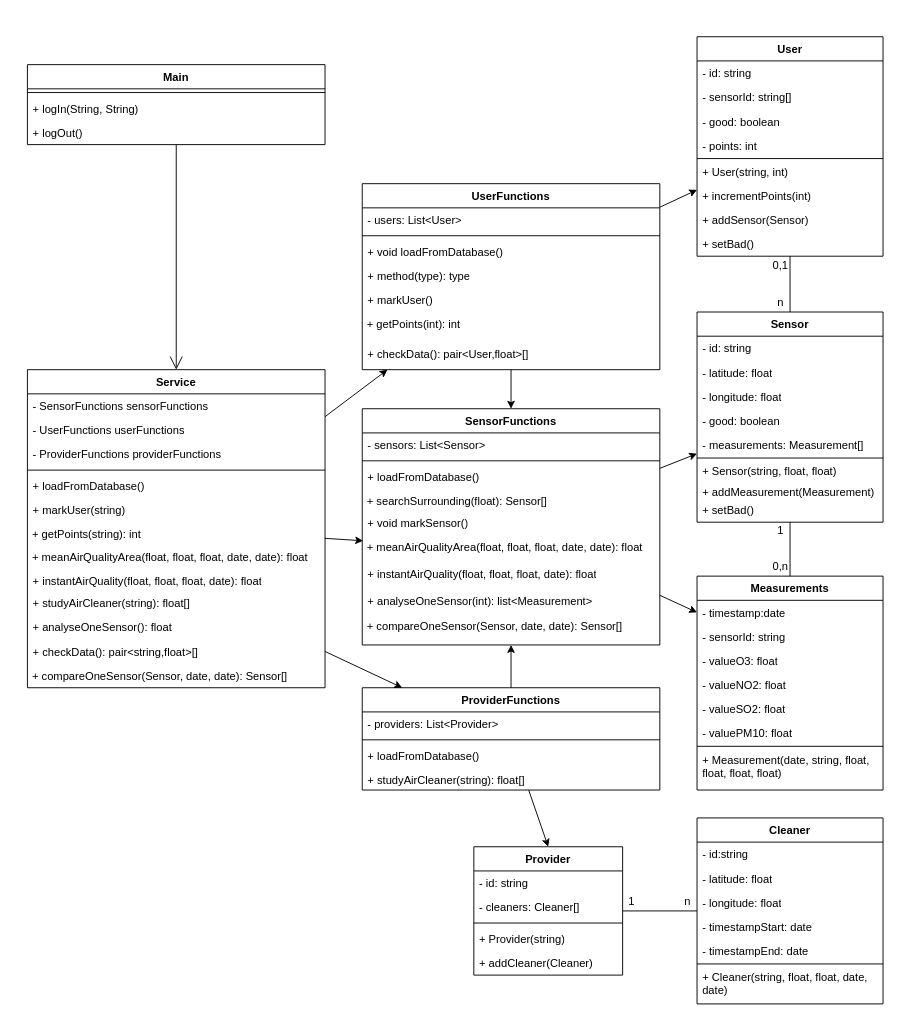
Before: Class Diagram.drawio in jimmywengzj/GL-TP, a draw.io diagram. Source tidied: cells renumbered, new cells numbered last; positions are measured from the earlier drawing's top-left corner, leaving out a move shared by most shapes. Both pictures are drawn from the tidied source at 93%, with x=0, y=0 at pixel (27, 36).
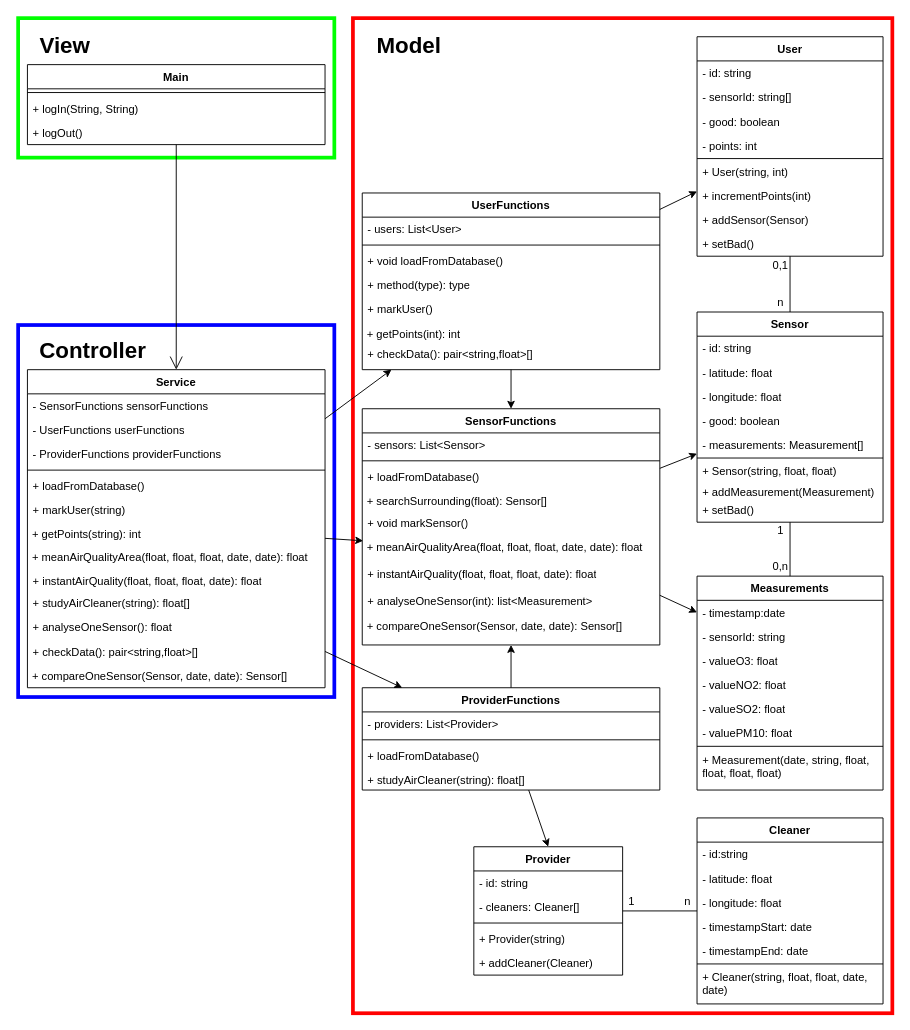
Above is the later version.

Diff of the diagram source:
```diff
@@
+    <mxCell id="105" style="rounded=0;whiteSpace=wrap;html=1;fillColor=none;strokeWidth=4;strokeColor=#0000FF;" parent="1" vertex="1">
+      <mxGeometry x="-10" y="310" width="340" height="400" as="geometry" />
+    </mxCell>
+    <mxCell id="106" style="rounded=0;whiteSpace=wrap;html=1;fillColor=none;strokeWidth=4;strokeColor=#00ff00;" parent="1" vertex="1">
+      <mxGeometry x="-10" y="-20" width="340" height="150" as="geometry" />
+    </mxCell>
+    <mxCell id="107" style="rounded=0;whiteSpace=wrap;html=1;fillColor=none;strokeWidth=4;strokeColor=#ff0000;" parent="1" vertex="1">
+      <mxGeometry x="350" y="-20" width="580" height="1070" as="geometry" />
+    </mxCell>
@@
     <mxCell id="73" value="UserFunctions" style="swimlane;fontStyle=1;align=center;verticalAlign=top;horizontal=1;startSize=26;whiteSpace=wrap;html=1;" parent="1" vertex="1">
-      <mxGeometry x="360" y="158" width="320" height="200" as="geometry" />
+      <mxGeometry x="360" y="168" width="320" height="190" as="geometry" />
     </mxCell>
@@
     <mxCell id="79" value="&amp;nbsp;+ getPoints(int): int" style="text;whiteSpace=wrap;html=1;" parent="73" vertex="1">
-      <mxGeometry y="138" width="320" height="32" as="geometry" />
+      <mxGeometry y="138" width="320" height="22" as="geometry" />
     </mxCell>
-    <mxCell id="80" value="+ checkData():&amp;nbsp;pair&amp;lt;User,float&amp;gt;[]" style="text;strokeColor=none;fillColor=none;align=left;verticalAlign=top;spacingLeft=4;spacingRight=4;overflow=hidden;whiteSpace=wrap;html=1;" parent="73" vertex="1">
-      <mxGeometry y="170" width="320" height="30" as="geometry" />
+    <mxCell id="80" value="+ checkData():&amp;nbsp;pair&amp;lt;string,float&amp;gt;[]" style="text;strokeColor=none;fillColor=none;align=left;verticalAlign=top;spacingLeft=4;spacingRight=4;overflow=hidden;whiteSpace=wrap;html=1;" parent="73" vertex="1">
+      <mxGeometry y="160" width="320" height="30" as="geometry" />
     </mxCell>
@@
+    <mxCell id="108" value="View" style="text;strokeColor=none;fillColor=none;html=1;fontSize=24;fontStyle=1;verticalAlign=middle;align=center;" parent="1" vertex="1">
+      <mxGeometry x="-10" y="-10" width="100" height="40" as="geometry" />
+    </mxCell>
+    <mxCell id="109" value="Controller" style="text;strokeColor=none;fillColor=none;html=1;fontSize=24;fontStyle=1;verticalAlign=middle;align=center;" parent="1" vertex="1">
+      <mxGeometry x="20" y="318" width="100" height="40" as="geometry" />
+    </mxCell>
+    <mxCell id="110" value="Model" style="text;strokeColor=none;fillColor=none;html=1;fontSize=24;fontStyle=1;verticalAlign=middle;align=center;" parent="1" vertex="1">
+      <mxGeometry x="360" y="-10" width="100" height="40" as="geometry" />
+    </mxCell>
```
